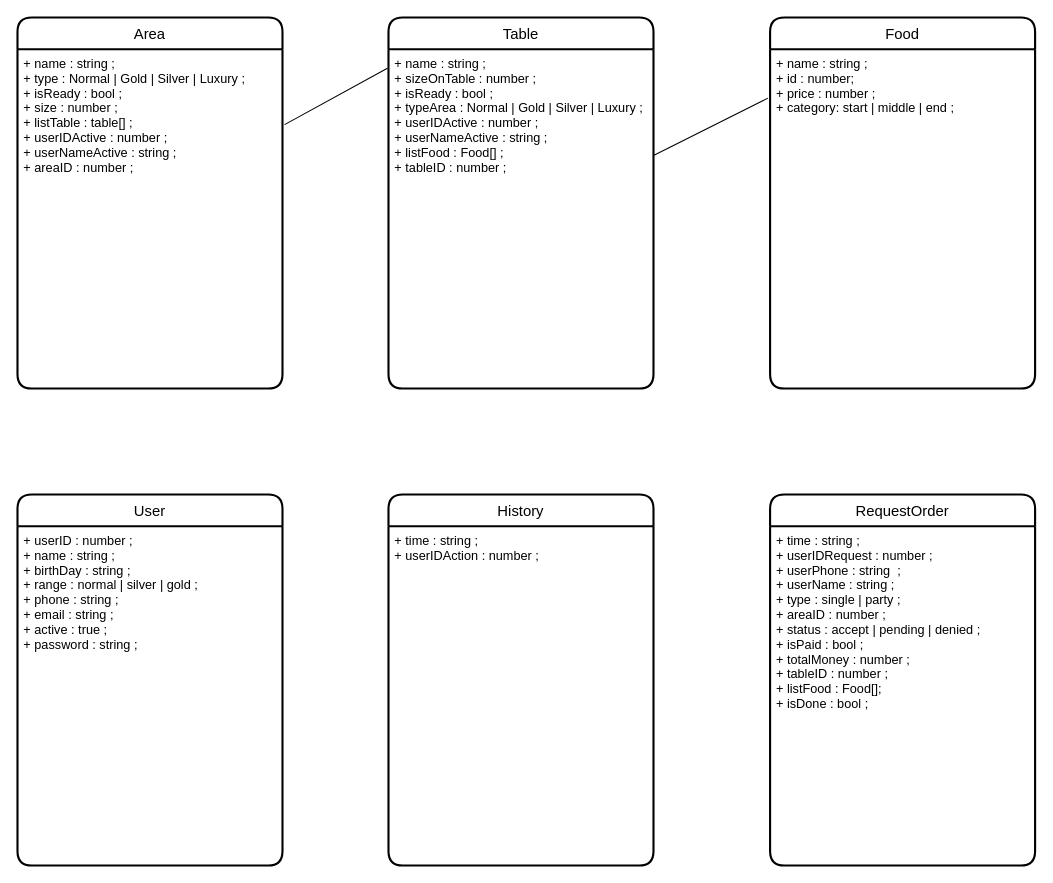
The draw.io diagram Restaurant.drawio in baroned1707/RestaurantDiagram, before the edit. Source tidied: cells renumbered, new cells numbered last; positions are measured from the earlier drawing's top-left corner, leaving out a move shared by most shapes. Both pictures are drawn from the tidied source at 106%, with x=0, y=0 at pixel (17, 17).
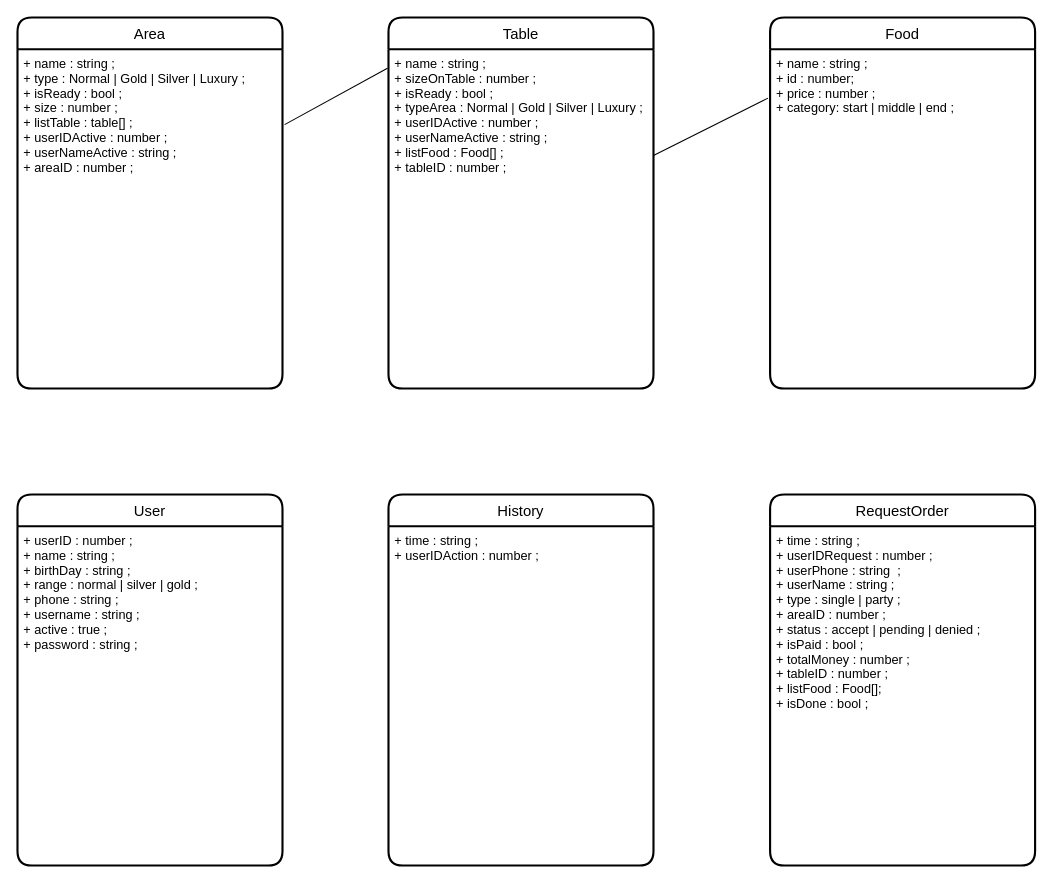
Above is the later version.

The edit, as a diff of the source:
```diff
@@
 <mxGraphModel>
   <root>
     <mxCell id="0" />
     <mxCell id="1" parent="0" />
     <mxCell id="2" value="Area" style="swimlane;horizontal=1;startSize=30;rounded=1;fontSize=14;fontStyle=0;strokeWidth=2;shadow=0;dashed=0;align=center;" parent="1" vertex="1">
       <mxGeometry width="250" height="350" as="geometry" />
     </mxCell>
     <mxCell id="3" value="+ name : string ;&#10;+ type : Normal | Gold | Silver | Luxury ;&#10;+ isReady : bool ;&#10;+ size : number ;&#10;+ listTable : table[] ;&#10;+ userIDActive : number ;&#10;+ userNameActive : string ; &#10;+ areaID : number ;" style="align=left;strokeColor=none;fillColor=none;spacingLeft=4;fontSize=12;verticalAlign=top;" parent="2" vertex="1">
       <mxGeometry y="30" width="250" height="320" as="geometry" />
     </mxCell>
     <mxCell id="4" value="Table" style="swimlane;horizontal=1;startSize=30;rounded=1;fontSize=14;fontStyle=0;strokeWidth=2;shadow=0;dashed=0;align=center;" parent="1" vertex="1">
       <mxGeometry x="350" width="250" height="350" as="geometry" />
     </mxCell>
     <mxCell id="5" value="+ name : string ;&#10;+ sizeOnTable : number ;&#10;+ isReady : bool ;&#10;+ typeArea : Normal | Gold | Silver | Luxury ;&#10;+ userIDActive : number ;&#10;+ userNameActive : string ;&#10;+ listFood : Food[] ;&#10;+ tableID : number ;" style="align=left;strokeColor=none;fillColor=none;spacingLeft=4;fontSize=12;verticalAlign=top;" parent="4" vertex="1">
       <mxGeometry y="30" width="250" height="320" as="geometry" />
     </mxCell>
     <mxCell id="6" value="History" style="swimlane;horizontal=1;startSize=30;rounded=1;fontSize=14;fontStyle=0;strokeWidth=2;shadow=0;dashed=0;align=center;" parent="1" vertex="1">
       <mxGeometry x="350" y="450" width="250" height="350" as="geometry" />
     </mxCell>
     <mxCell id="7" value="+ time : string ;&#10;+ userIDAction : number ;&#10;" style="align=left;strokeColor=none;fillColor=none;spacingLeft=4;fontSize=12;verticalAlign=top;" parent="6" vertex="1">
       <mxGeometry y="30" width="250" height="320" as="geometry" />
     </mxCell>
     <mxCell id="8" value="User" style="swimlane;horizontal=1;startSize=30;rounded=1;fontSize=14;fontStyle=0;strokeWidth=2;shadow=0;dashed=0;align=center;" parent="1" vertex="1">
       <mxGeometry y="450" width="250" height="350" as="geometry" />
     </mxCell>
-    <mxCell id="9" value="+ userID : number ;&#10;+ name : string ;&#10;+ birthDay : string ;&#10;+ range : normal | silver | gold ;&#10;+ phone : string ;&#10;+ email : string ;&#10;+ active : true ;&#10;+ password : string ;&#10;" style="align=left;strokeColor=none;fillColor=none;spacingLeft=4;fontSize=12;verticalAlign=top;" parent="8" vertex="1">
+    <mxCell id="9" value="+ userID : number ;&#10;+ name : string ;&#10;+ birthDay : string ;&#10;+ range : normal | silver | gold ;&#10;+ phone : string ;&#10;+ username : string ;&#10;+ active : true ;&#10;+ password : string ;&#10;" style="align=left;strokeColor=none;fillColor=none;spacingLeft=4;fontSize=12;verticalAlign=top;" parent="8" vertex="1">
       <mxGeometry y="30" width="250" height="320" as="geometry" />
     </mxCell>
     <mxCell id="10" value="Food" style="swimlane;horizontal=1;startSize=30;rounded=1;fontSize=14;fontStyle=0;strokeWidth=2;shadow=0;dashed=0;align=center;" parent="1" vertex="1">
       <mxGeometry x="710" width="250" height="350" as="geometry" />
     </mxCell>
     <mxCell id="11" value="+ name : string ;&#10;+ id : number;&#10;+ price : number ;&#10;+ category: start | middle | end ;&#10;" style="align=left;strokeColor=none;fillColor=none;spacingLeft=4;fontSize=12;verticalAlign=top;" parent="10" vertex="1">
       <mxGeometry y="30" width="250" height="320" as="geometry" />
     </mxCell>
     <mxCell id="12" style="endArrow=none;html=1;rounded=0;exitX=1.008;exitY=0.222;exitDx=0;exitDy=0;exitPerimeter=0;entryX=-0.004;entryY=0.056;entryDx=0;entryDy=0;entryPerimeter=0;" parent="1" edge="1" source="3" target="5">
       <mxGeometry relative="1" as="geometry" />
     </mxCell>
     <mxCell id="13" style="endArrow=none;html=1;rounded=0;exitX=1;exitY=0.313;exitDx=0;exitDy=0;exitPerimeter=0;entryX=-0.008;entryY=0.144;entryDx=0;entryDy=0;entryPerimeter=0;" parent="1" edge="1" source="5" target="11">
       <mxGeometry relative="1" as="geometry" />
     </mxCell>
     <mxCell id="14" value="RequestOrder" style="swimlane;horizontal=1;startSize=30;rounded=1;fontSize=14;fontStyle=0;strokeWidth=2;shadow=0;dashed=0;align=center;" parent="1" vertex="1">
       <mxGeometry x="710" y="450" width="250" height="350" as="geometry" />
     </mxCell>
     <mxCell id="15" value="+ time : string ;&#10;+ userIDRequest : number ;&#10;+ userPhone : string  ;&#10;+ userName : string ;&#10;+ type : single | party ;&#10;+ areaID : number ;&#10;+ status : accept | pending | denied ;&#10;+ isPaid : bool ;&#10;+ totalMoney : number ;&#10;+ tableID : number ;&#10;+ listFood : Food[];&#10;+ isDone : bool ;&#10;" style="align=left;strokeColor=none;fillColor=none;spacingLeft=4;fontSize=12;verticalAlign=top;" parent="14" vertex="1">
       <mxGeometry y="30" width="250" height="320" as="geometry" />
     </mxCell>
   </root>
 </mxGraphModel>
```
